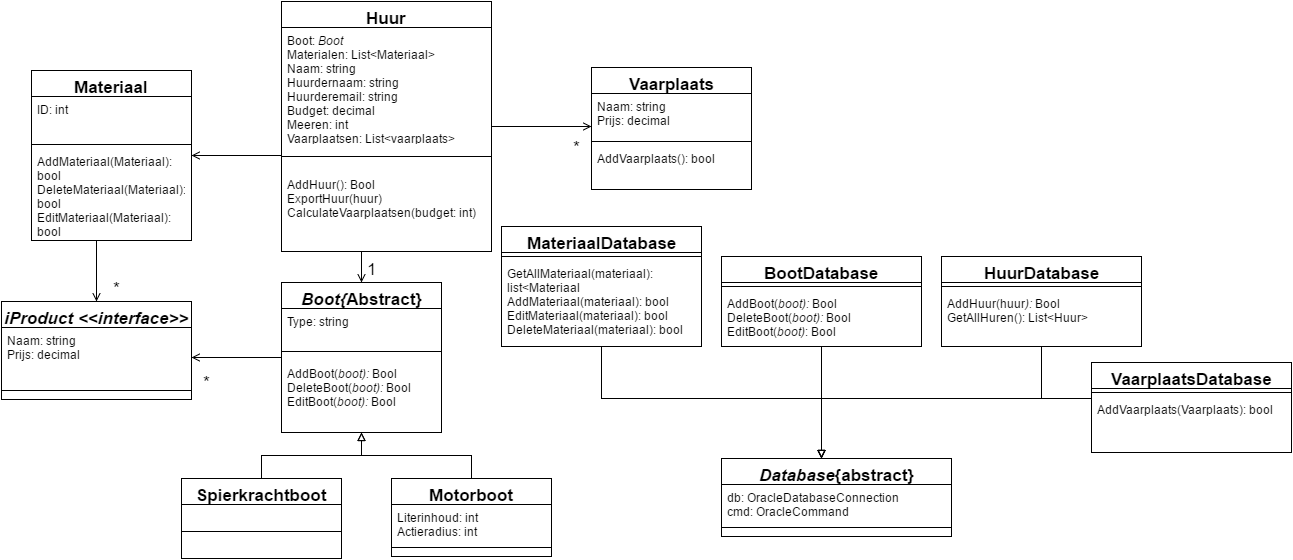
Before: Documentatie/Klassendiagram 't Sloepke.png, a diagram exported from draw.io (FireRageNL/LivePerformance). Source tidied: cells renumbered, new cells last; positions are measured from the earlier drawing's top-left corner, leaving out a move shared by most shapes.
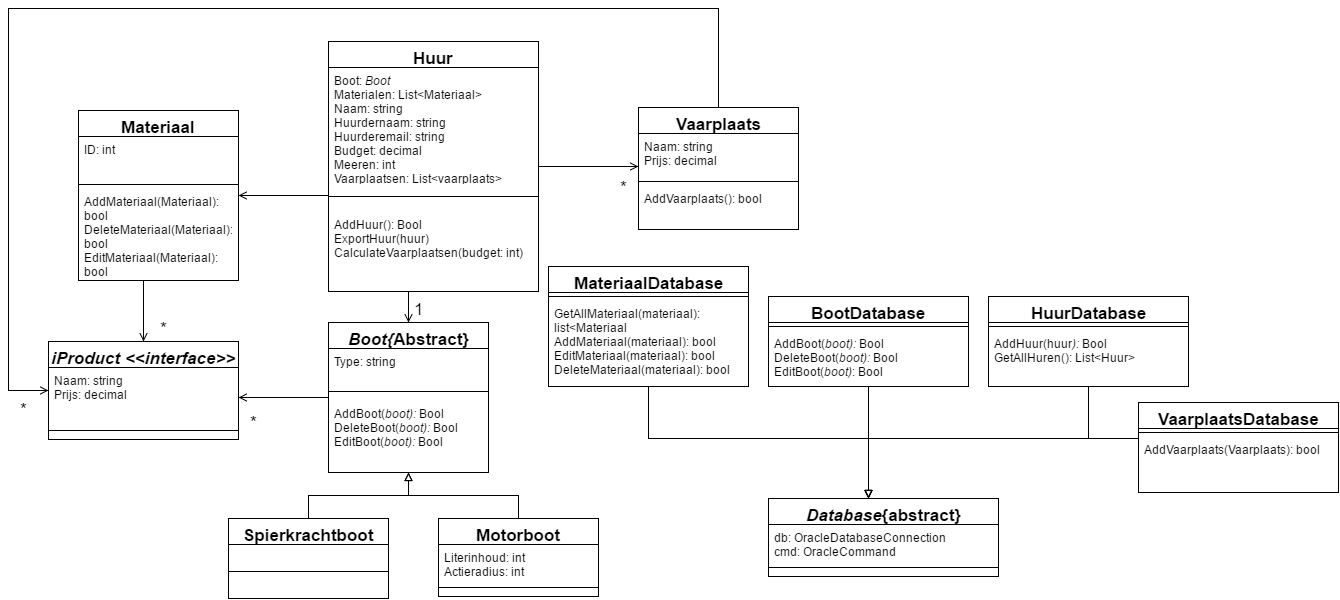
Above is the later version.

Change to the diagram source:
```diff
@@ -200,6 +200,15 @@
         </Array>
       </mxGeometry>
     </mxCell>
+    <mxCell id="57" style="edgeStyle=orthogonalEdgeStyle;rounded=0;html=1;startArrow=open;startFill=0;endArrow=none;endFill=0;jettySize=auto;strokeColor=#000000;fontSize=17;" parent="1" edge="1" source="52" target="42">
+      <mxGeometry relative="1" as="geometry">
+        <Array as="points">
+          <mxPoint x="-40" y="349" />
+          <mxPoint x="-40" y="-33" />
+          <mxPoint x="670" y="-33" />
+        </Array>
+      </mxGeometry>
+    </mxCell>
     <mxCell id="52" value="&lt;i&gt;iProduct &amp;lt;&amp;lt;interface&amp;gt;&amp;gt;&lt;/i&gt;" style="swimlane;html=1;fontStyle=1;align=center;verticalAlign=top;horizontal=1;startSize=26;swimlaneFillColor=#ffffff;fontSize=17;" parent="1" vertex="1">
       <mxGeometry y="300" width="190" height="98" as="geometry" />
     </mxCell>
@@ -215,5 +224,8 @@
     <mxCell id="56" value="*" style="text;html=1;align=left;verticalAlign=top;spacingTop=-4;fontSize=17;" parent="1" vertex="1">
       <mxGeometry x="110" y="275" width="20" height="20" as="geometry" />
     </mxCell>
+    <mxCell id="58" value="*" style="text;html=1;align=left;verticalAlign=top;spacingTop=-4;fontSize=17;" parent="1" vertex="1">
+      <mxGeometry x="-30" y="356" width="20" height="20" as="geometry" />
+    </mxCell>
   </root>
 </mxGraphModel>
```
